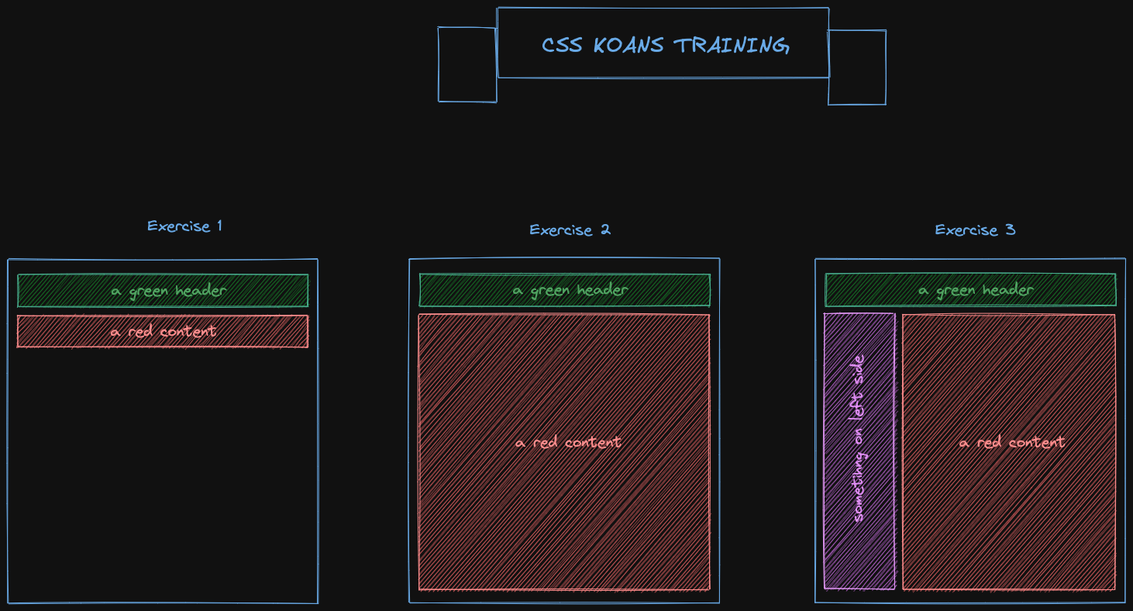
Earlier version of the Excalidraw export css-koans-training.png (mathieucans/css-koans-kata). Source tidied: one line per element, renumbered; positions are measured from the earlier drawing's top-left corner, leaving out a move shared by most shapes.
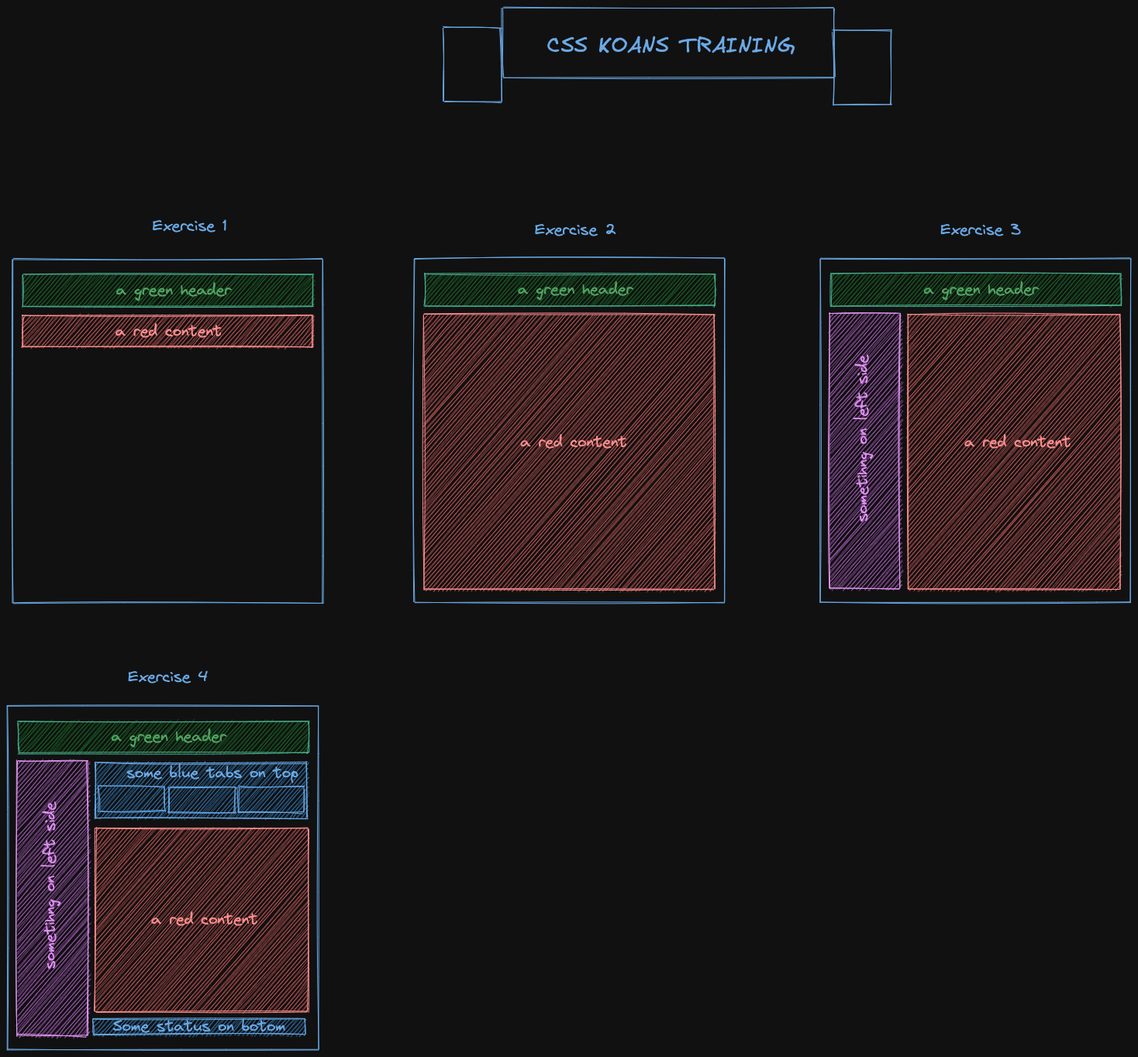
The same file after the commit.

Commit message:
Exercice 4 instructions

Change to the diagram source:
```diff
@@ -22,3 +22,18 @@
 {"id": 21, "type": "rectangle", "strokeColor": "#1864ab", "strokeWidth": 1, "roughness": 1, "x": 633, "y": 0, "width": 427, "height": 90}
 {"id": 22, "type": "rectangle", "strokeColor": "#1864ab", "strokeWidth": 1, "roughness": 1, "x": 1059, "y": 30, "width": 75, "height": 96}
 {"id": 23, "type": "rectangle", "strokeColor": "#1864ab", "strokeWidth": 1, "roughness": 1, "x": 556, "y": 26, "width": 75, "height": 96}
+{"id": 24, "type": "rectangle", "strokeColor": "#1864ab", "strokeWidth": 1, "roughness": 1, "x": -6, "y": 901, "width": 400, "height": 444}
+{"id": 25, "type": "rectangle", "strokeColor": "#087f5b", "backgroundColor": "#40c057", "fillStyle": "hachure", "strokeWidth": 1, "roughness": 1, "x": 7, "y": 921, "width": 374, "height": 41}
+{"id": 26, "type": "rectangle", "strokeColor": "#c92a2a", "backgroundColor": "#fa5252", "fillStyle": "hachure", "strokeWidth": 1, "roughness": 1, "x": 107, "y": 1059, "width": 274, "height": 237}
+{"id": 27, "type": "text", "text": "a green header", "strokeColor": "#2b8a3e", "strokeWidth": 1, "roughness": 1, "fontSize": 20, "fontFamily": 1, "x": 127, "y": 928, "width": 148, "height": 25}
+{"id": 28, "type": "text", "text": "a red content", "strokeColor": "#c92a2a", "strokeWidth": 1, "roughness": 1, "fontSize": 20, "fontFamily": 1, "x": 179, "y": 1164, "width": 137, "height": 25}
+{"id": 29, "type": "text", "text": " sometihng on left side", "strokeColor": "#862e9c", "angle": 4.71, "strokeWidth": 1, "roughness": 1, "fontSize": 20, "fontFamily": 1, "x": -65, "y": 1125, "width": 226, "height": 25}
+{"id": 30, "type": "text", "text": "Exercise 4", "strokeColor": "#1864ab", "backgroundColor": "#fa5252", "fillStyle": "hachure", "strokeWidth": 1, "roughness": 1, "fontSize": 20, "fontFamily": 1, "x": 149, "y": 851, "width": 103, "height": 25}
+{"id": 31, "type": "rectangle", "strokeColor": "#862e9c", "backgroundColor": "#be4bdb", "fillStyle": "hachure", "strokeWidth": 1, "roughness": 1, "x": 6, "y": 971, "width": 90, "height": 355}
+{"id": 32, "type": "rectangle", "strokeColor": "#1864ab", "strokeWidth": 1, "roughness": 1, "x": 111, "y": 1005, "width": 85, "height": 32}
+{"id": 33, "type": "rectangle", "strokeColor": "#1864ab", "backgroundColor": "#228be6", "fillStyle": "hachure", "strokeWidth": 1, "roughness": 1, "x": 106, "y": 974, "width": 274, "height": 72}
+{"id": 34, "type": "rectangle", "strokeColor": "#1864ab", "backgroundColor": "#228be6", "fillStyle": "hachure", "strokeWidth": 1, "roughness": 1, "x": 104, "y": 1305, "width": 274, "height": 21}
+{"id": 35, "type": "rectangle", "strokeColor": "#1864ab", "strokeWidth": 1, "roughness": 1, "x": 202, "y": 1006, "width": 85, "height": 32}
+{"id": 36, "type": "rectangle", "strokeColor": "#1864ab", "strokeWidth": 1, "roughness": 1, "x": 291, "y": 1006, "width": 85, "height": 32}
+{"id": 37, "type": "text", "text": "some blue tabs on top ", "strokeColor": "#1864ab", "backgroundColor": "#228be6", "fillStyle": "hachure", "strokeWidth": 1, "roughness": 1, "fontSize": 20, "fontFamily": 1, "x": 147, "y": 975, "width": 231, "height": 25}
+{"id": 38, "type": "text", "text": "Some status on botom", "strokeColor": "#1864ab", "backgroundColor": "#228be6", "fillStyle": "hachure", "strokeWidth": 1, "roughness": 1, "fontSize": 20, "fontFamily": 1, "textAlign": "center", "verticalAlign": "middle", "x": 129, "y": 1302, "width": 223, "height": 25}
```
